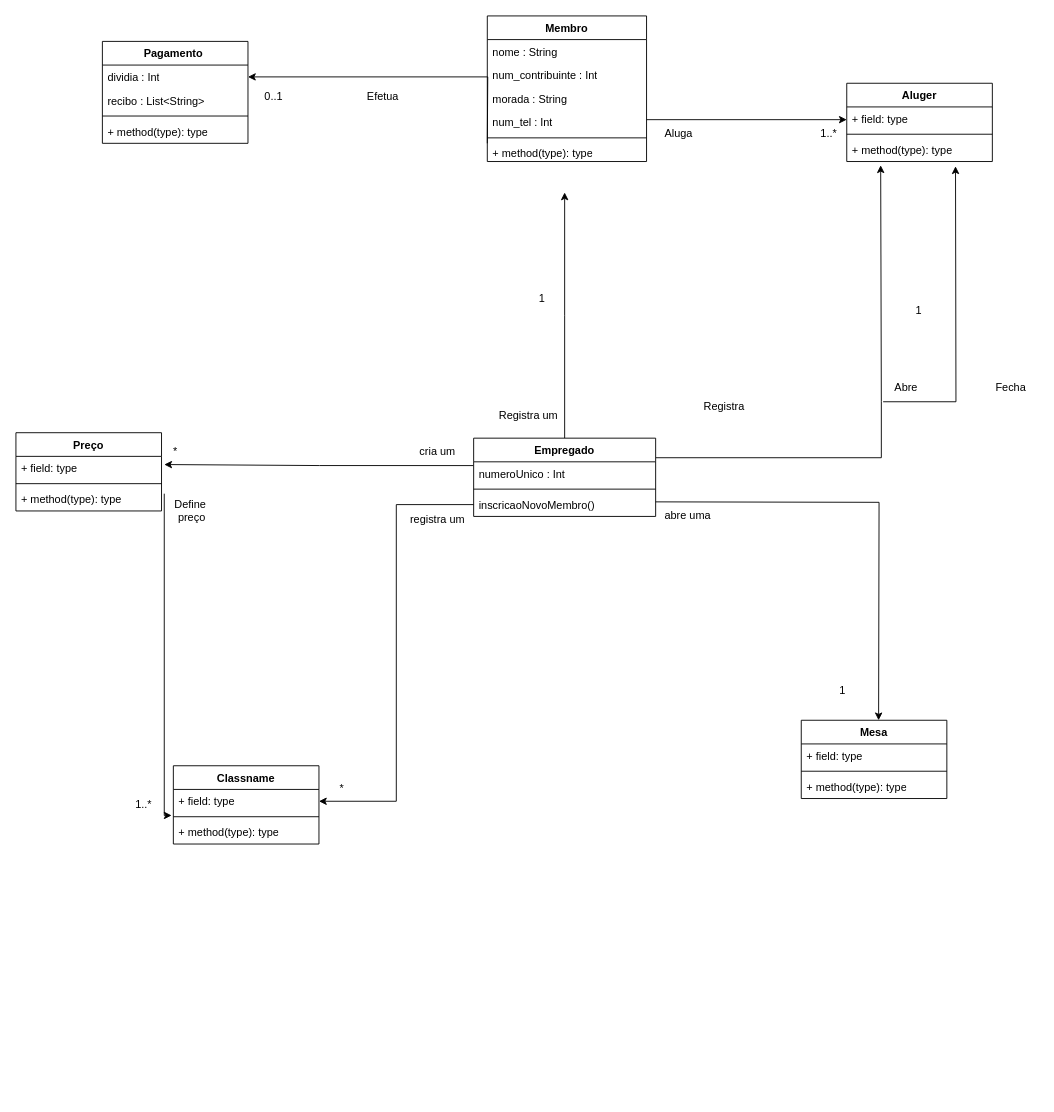
luccamarshall/DCO keeps this draw.io diagram as Diagrama_classes.drawio. Above is the earlier version. Source tidied: cells renumbered, new cells numbered last; positions are measured from the earlier drawing's top-left corner, leaving out a move shared by most shapes. Both pictures are drawn from the tidied source at 91%, with x=0, y=0 at pixel (15, 15).
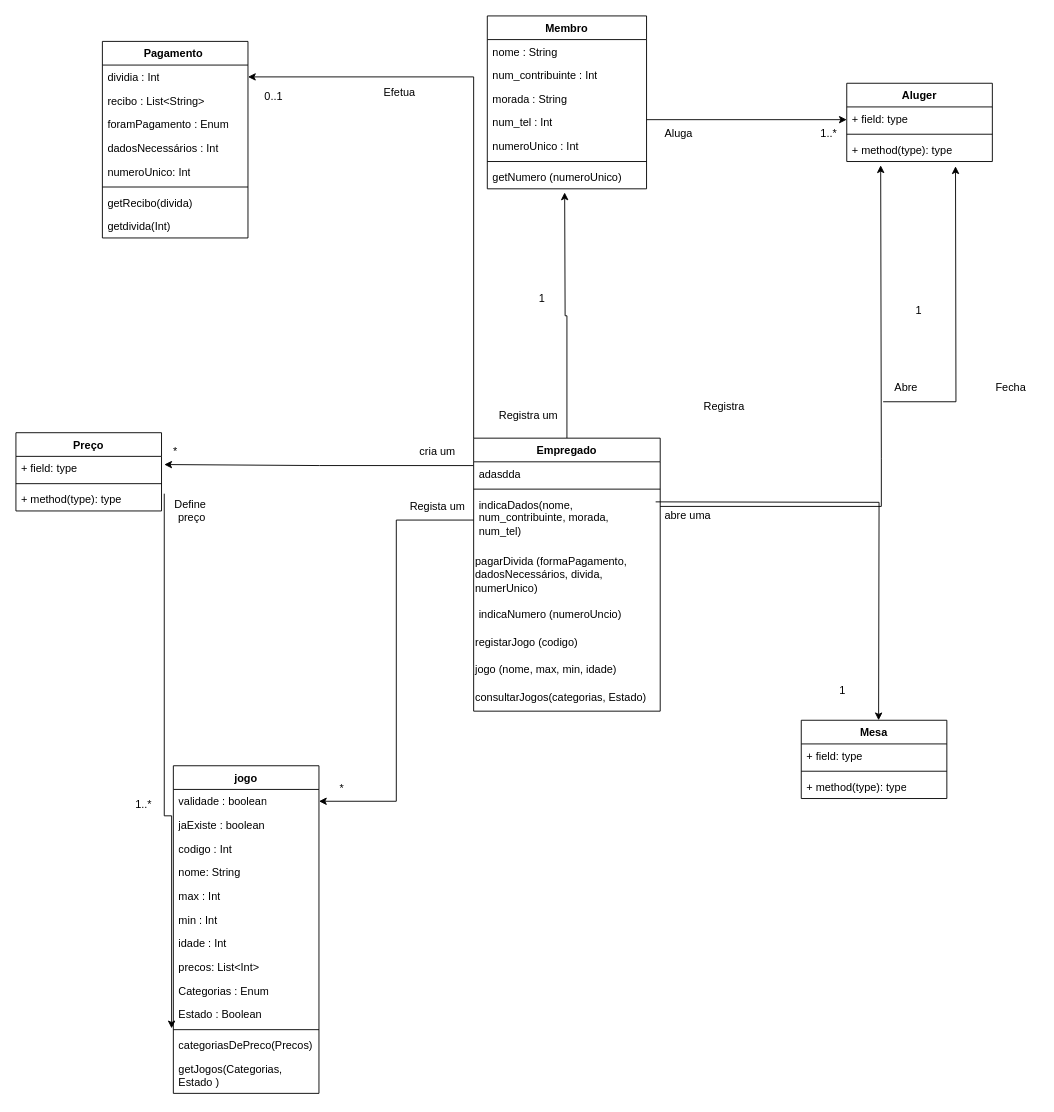
After the change.

Unchanged cells that the change refers to:
```xml
<mxCell id="41" value="dividia : Int" style="text;strokeColor=none;fillColor=none;align=left;verticalAlign=top;spacingLeft=4;spacingRight=4;overflow=hidden;points=[[0,0.5],[1,0.5]];portConstraint=eastwest;whiteSpace=wrap;html=1;" parent="40" vertex="1">
  <mxGeometry y="26" width="160" height="26" as="geometry" />
</mxCell>
```

The edit, as a diff of the source:
```diff
@@
-    <mxCell id="18" style="edgeStyle=orthogonalEdgeStyle;rounded=0;jettySize=auto;html=1;exitX=0;exitY=0.5;exitDx=0;exitDy=0;entryX=1;entryY=0.5;entryDx=0;entryDy=0;" parent="1" edge="1" target="41">
-      <mxGeometry relative="1" as="geometry">
-        <mxPoint x="518" y="140" as="sourcePoint" />
-      </mxGeometry>
+    <mxCell id="18" style="edgeStyle=orthogonalEdgeStyle;rounded=0;jettySize=auto;html=1;entryX=1;entryY=0.5;entryDx=0;entryDy=0;exitX=0;exitY=0;exitDx=0;exitDy=0;" parent="1" edge="1" source="36" target="41">
+      <mxGeometry relative="1" as="geometry" />
     </mxCell>
-    <mxCell id="19" value="Efetua" style="text;html=1;align=center;verticalAlign=middle;strokeColor=none;fillColor=none;" parent="1" vertex="1">
-      <mxGeometry x="373" y="74" width="60" height="30" as="geometry" />
+    <mxCell id="19" value="Efetua&amp;nbsp;" style="text;html=1;align=center;verticalAlign=middle;strokeColor=none;fillColor=none;" parent="1" vertex="1">
+      <mxGeometry x="393" y="69" width="60" height="30" as="geometry" />
     </mxCell>
@@
-    <mxCell id="28" value="registra um" style="text;html=1;align=center;verticalAlign=middle;strokeColor=none;fillColor=none;" parent="1" vertex="1">
-      <mxGeometry x="373" y="539" width="180" height="30" as="geometry" />
-    </mxCell>
     <mxCell id="29" value="Membro" style="swimlane;fontStyle=1;align=center;verticalAlign=top;horizontal=1;startSize=26;whiteSpace=wrap;html=1;" parent="1" vertex="1">
-      <mxGeometry x="518" width="175" height="160" as="geometry" />
+      <mxGeometry x="518" width="175" height="190" as="geometry" />
     </mxCell>
@@
+    <mxCell id="61" value="numeroUnico : Int" style="text;strokeColor=none;fillColor=none;align=left;verticalAlign=top;spacingLeft=4;spacingRight=4;overflow=hidden;whiteSpace=wrap;html=1;" parent="29" vertex="1">
+      <mxGeometry y="130" width="175" height="26" as="geometry" />
+    </mxCell>
     <mxCell id="34" style="line;strokeWidth=1;fillColor=none;align=left;verticalAlign=middle;spacingTop=-1;spacingLeft=3;spacingRight=3;labelPosition=right;strokeColor=inherit;" parent="29" vertex="1">
-      <mxGeometry y="130" width="175" height="8" as="geometry" />
+      <mxGeometry y="156" width="175" height="8" as="geometry" />
     </mxCell>
-    <mxCell id="35" value="+ method(type): type" style="text;strokeColor=none;fillColor=none;align=left;verticalAlign=top;spacingLeft=4;spacingRight=4;overflow=hidden;whiteSpace=wrap;html=1;" parent="29" vertex="1">
-      <mxGeometry y="138" width="175" height="22" as="geometry" />
+    <mxCell id="35" value="getNumero (numeroUnico)" style="text;strokeColor=none;fillColor=none;align=left;verticalAlign=top;spacingLeft=4;spacingRight=4;overflow=hidden;whiteSpace=wrap;html=1;" parent="29" vertex="1">
+      <mxGeometry y="164" width="175" height="26" as="geometry" />
     </mxCell>
     <mxCell id="36" value="Empregado" style="swimlane;fontStyle=1;align=center;verticalAlign=top;horizontal=1;startSize=26;whiteSpace=wrap;html=1;" parent="1" vertex="1">
-      <mxGeometry x="503" y="464" width="200" height="86" as="geometry" />
+      <mxGeometry x="503" y="464" width="205" height="300" as="geometry" />
     </mxCell>
-    <mxCell id="37" value="numeroUnico : Int" style="text;strokeColor=none;fillColor=none;align=left;verticalAlign=top;spacingLeft=4;spacingRight=4;overflow=hidden;points=[[0,0.5],[1,0.5]];portConstraint=eastwest;whiteSpace=wrap;html=1;" parent="36" vertex="1">
-      <mxGeometry y="26" width="200" height="26" as="geometry" />
+    <mxCell id="37" value="adasdda&lt;br&gt;" style="text;strokeColor=none;fillColor=none;align=left;verticalAlign=top;spacingLeft=4;spacingRight=4;overflow=hidden;points=[[0,0.5],[1,0.5]];portConstraint=eastwest;whiteSpace=wrap;html=1;" parent="36" vertex="1">
+      <mxGeometry y="26" width="205" height="26" as="geometry" />
     </mxCell>
     <mxCell id="38" style="line;strokeWidth=1;fillColor=none;align=left;verticalAlign=middle;spacingTop=-1;spacingLeft=3;spacingRight=3;labelPosition=right;strokeColor=inherit;" parent="36" vertex="1">
-      <mxGeometry y="52" width="200" height="8" as="geometry" />
+      <mxGeometry y="52" width="205" height="8" as="geometry" />
     </mxCell>
-    <mxCell id="39" value="inscricaoNovoMembro()" style="text;strokeColor=none;fillColor=none;align=left;verticalAlign=top;spacingLeft=4;spacingRight=4;overflow=hidden;points=[[0,0.5],[1,0.5]];portConstraint=eastwest;whiteSpace=wrap;html=1;" parent="36" vertex="1">
-      <mxGeometry y="60" width="200" height="26" as="geometry" />
+    <mxCell id="39" value="indicaDados(nome,&lt;br style=&quot;text-align: center;&quot;&gt;&lt;span style=&quot;text-align: center;&quot;&gt;num_contribuinte, morada, num_tel)&amp;nbsp;&amp;nbsp;&lt;/span&gt;" style="text;strokeColor=none;fillColor=none;align=left;verticalAlign=top;spacingLeft=4;spacingRight=4;overflow=hidden;points=[[0,0.5],[1,0.5]];portConstraint=eastwest;whiteSpace=wrap;html=1;" parent="36" vertex="1">
+      <mxGeometry y="60" width="205" height="60" as="geometry" />
     </mxCell>
+    <mxCell id="62" value="pagarDivida (formaPagamento, &lt;br&gt;dadosNecessários, divida, &lt;br&gt;numerUnico)" style="text;html=1;align=left;verticalAlign=middle;strokeColor=none;fillColor=none;" parent="36" vertex="1">
+      <mxGeometry y="120" width="205" height="60" as="geometry" />
+    </mxCell>
+    <mxCell id="63" value="indicaNumero (numeroUncio)" style="text;strokeColor=none;fillColor=none;align=left;verticalAlign=top;spacingLeft=4;spacingRight=4;overflow=hidden;whiteSpace=wrap;html=1;" parent="36" vertex="1">
+      <mxGeometry y="180" width="205" height="30" as="geometry" />
+    </mxCell>
+    <mxCell id="64" value="registarJogo (codigo)" style="text;html=1;align=left;verticalAlign=middle;strokeColor=none;fillColor=none;" parent="36" vertex="1">
+      <mxGeometry y="210" width="205" height="30" as="geometry" />
+    </mxCell>
+    <mxCell id="65" value="jogo (nome, max, min, idade)" style="text;html=1;align=left;verticalAlign=middle;strokeColor=none;fillColor=none;" parent="36" vertex="1">
+      <mxGeometry y="240" width="205" height="30" as="geometry" />
+    </mxCell>
+    <mxCell id="66" value="consultarJogos(categorias, Estado)" style="text;html=1;align=left;verticalAlign=middle;strokeColor=none;fillColor=none;" parent="36" vertex="1">
+      <mxGeometry y="270" width="205" height="30" as="geometry" />
+    </mxCell>
     <mxCell id="40" value="Pagamento&amp;nbsp;" style="swimlane;fontStyle=1;align=center;verticalAlign=top;horizontal=1;startSize=26;whiteSpace=wrap;html=1;" parent="1" vertex="1">
-      <mxGeometry x="95" y="28" width="160" height="112" as="geometry" />
+      <mxGeometry x="95" y="28" width="160" height="216" as="geometry" />
     </mxCell>
@@
+    <mxCell id="67" value="foramPagamento : Enum" style="text;strokeColor=none;fillColor=none;align=left;verticalAlign=top;spacingLeft=4;spacingRight=4;overflow=hidden;whiteSpace=wrap;html=1;" parent="40" vertex="1">
+      <mxGeometry y="78" width="160" height="26" as="geometry" />
+    </mxCell>
+    <mxCell id="68" value="dadosNecessários : Int" style="text;strokeColor=none;fillColor=none;align=left;verticalAlign=top;spacingLeft=4;spacingRight=4;overflow=hidden;whiteSpace=wrap;html=1;" parent="40" vertex="1">
+      <mxGeometry y="104" width="160" height="26" as="geometry" />
+    </mxCell>
+    <mxCell id="69" value="numeroUnico: Int" style="text;strokeColor=none;fillColor=none;align=left;verticalAlign=top;spacingLeft=4;spacingRight=4;overflow=hidden;whiteSpace=wrap;html=1;" parent="40" vertex="1">
+      <mxGeometry y="130" width="160" height="26" as="geometry" />
+    </mxCell>
     <mxCell id="43" style="line;strokeWidth=1;fillColor=none;align=left;verticalAlign=middle;spacingTop=-1;spacingLeft=3;spacingRight=3;labelPosition=right;strokeColor=inherit;" parent="40" vertex="1">
-      <mxGeometry y="78" width="160" height="8" as="geometry" />
+      <mxGeometry y="156" width="160" height="8" as="geometry" />
     </mxCell>
-    <mxCell id="44" value="+ method(type): type" style="text;strokeColor=none;fillColor=none;align=left;verticalAlign=top;spacingLeft=4;spacingRight=4;overflow=hidden;whiteSpace=wrap;html=1;" parent="40" vertex="1">
-      <mxGeometry y="86" width="160" height="26" as="geometry" />
+    <mxCell id="44" value="getRecibo(divida)" style="text;strokeColor=none;fillColor=none;align=left;verticalAlign=top;spacingLeft=4;spacingRight=4;overflow=hidden;whiteSpace=wrap;html=1;" parent="40" vertex="1">
+      <mxGeometry y="164" width="160" height="26" as="geometry" />
     </mxCell>
+    <mxCell id="70" value="getdivida(Int)" style="text;strokeColor=none;fillColor=none;align=left;verticalAlign=top;spacingLeft=4;spacingRight=4;overflow=hidden;whiteSpace=wrap;html=1;" parent="40" vertex="1">
+      <mxGeometry y="190" width="160" height="26" as="geometry" />
+    </mxCell>
@@
-    <mxCell id="53" value="Classname" style="swimlane;fontStyle=1;align=center;verticalAlign=top;horizontal=1;startSize=26;whiteSpace=wrap;html=1;" parent="1" vertex="1">
-      <mxGeometry x="173" y="824" width="160" height="86" as="geometry" />
+    <mxCell id="53" value="jogo" style="swimlane;fontStyle=1;align=center;verticalAlign=top;horizontal=1;startSize=26;whiteSpace=wrap;html=1;" parent="1" vertex="1">
+      <mxGeometry x="173" y="824" width="160" height="360" as="geometry" />
     </mxCell>
-    <mxCell id="54" value="+ field: type" style="text;strokeColor=none;fillColor=none;align=left;verticalAlign=top;spacingLeft=4;spacingRight=4;overflow=hidden;points=[[0,0.5],[1,0.5]];portConstraint=eastwest;whiteSpace=wrap;html=1;" parent="53" vertex="1">
+    <mxCell id="54" value="validade : boolean" style="text;strokeColor=none;fillColor=none;align=left;verticalAlign=top;spacingLeft=4;spacingRight=4;overflow=hidden;points=[[0,0.5],[1,0.5]];portConstraint=eastwest;whiteSpace=wrap;html=1;" parent="53" vertex="1">
       <mxGeometry y="26" width="160" height="26" as="geometry" />
     </mxCell>
+    <mxCell id="71" value="jaExiste : boolean" style="text;strokeColor=none;fillColor=none;align=left;verticalAlign=top;spacingLeft=4;spacingRight=4;overflow=hidden;whiteSpace=wrap;html=1;" parent="53" vertex="1">
+      <mxGeometry y="52" width="160" height="26" as="geometry" />
+    </mxCell>
+    <mxCell id="72" value="codigo : Int" style="text;strokeColor=none;fillColor=none;align=left;verticalAlign=top;spacingLeft=4;spacingRight=4;overflow=hidden;whiteSpace=wrap;html=1;" parent="53" vertex="1">
+      <mxGeometry y="78" width="160" height="26" as="geometry" />
+    </mxCell>
+    <mxCell id="73" value="nome: String" style="text;strokeColor=none;fillColor=none;align=left;verticalAlign=top;spacingLeft=4;spacingRight=4;overflow=hidden;whiteSpace=wrap;html=1;" parent="53" vertex="1">
+      <mxGeometry y="104" width="160" height="26" as="geometry" />
+    </mxCell>
+    <mxCell id="74" value="max : Int" style="text;strokeColor=none;fillColor=none;align=left;verticalAlign=top;spacingLeft=4;spacingRight=4;overflow=hidden;whiteSpace=wrap;html=1;" parent="53" vertex="1">
+      <mxGeometry y="130" width="160" height="26" as="geometry" />
+    </mxCell>
+    <mxCell id="75" value="min : Int" style="text;strokeColor=none;fillColor=none;align=left;verticalAlign=top;spacingLeft=4;spacingRight=4;overflow=hidden;whiteSpace=wrap;html=1;" parent="53" vertex="1">
+      <mxGeometry y="156" width="160" height="26" as="geometry" />
+    </mxCell>
+    <mxCell id="76" value="idade : Int" style="text;strokeColor=none;fillColor=none;align=left;verticalAlign=top;spacingLeft=4;spacingRight=4;overflow=hidden;whiteSpace=wrap;html=1;" parent="53" vertex="1">
+      <mxGeometry y="182" width="160" height="26" as="geometry" />
+    </mxCell>
+    <mxCell id="77" value="precos: List&amp;lt;Int&amp;gt;" style="text;strokeColor=none;fillColor=none;align=left;verticalAlign=top;spacingLeft=4;spacingRight=4;overflow=hidden;whiteSpace=wrap;html=1;" parent="53" vertex="1">
+      <mxGeometry y="208" width="160" height="26" as="geometry" />
+    </mxCell>
+    <mxCell id="78" value="Categorias : Enum" style="text;strokeColor=none;fillColor=none;align=left;verticalAlign=top;spacingLeft=4;spacingRight=4;overflow=hidden;whiteSpace=wrap;html=1;" parent="53" vertex="1">
+      <mxGeometry y="234" width="160" height="26" as="geometry" />
+    </mxCell>
+    <mxCell id="79" value="Estado : Boolean" style="text;strokeColor=none;fillColor=none;align=left;verticalAlign=top;spacingLeft=4;spacingRight=4;overflow=hidden;whiteSpace=wrap;html=1;" parent="53" vertex="1">
+      <mxGeometry y="260" width="160" height="26" as="geometry" />
+    </mxCell>
     <mxCell id="55" style="line;strokeWidth=1;fillColor=none;align=left;verticalAlign=middle;spacingTop=-1;spacingLeft=3;spacingRight=3;labelPosition=right;strokeColor=inherit;" parent="53" vertex="1">
-      <mxGeometry y="52" width="160" height="8" as="geometry" />
+      <mxGeometry y="286" width="160" height="8" as="geometry" />
     </mxCell>
-    <mxCell id="56" value="+ method(type): type" style="text;strokeColor=none;fillColor=none;align=left;verticalAlign=top;spacingLeft=4;spacingRight=4;overflow=hidden;points=[[0,0.5],[1,0.5]];portConstraint=eastwest;whiteSpace=wrap;html=1;" parent="53" vertex="1">
-      <mxGeometry y="60" width="160" height="26" as="geometry" />
+    <mxCell id="56" value="categoriasDePreco(Precos)&amp;nbsp;" style="text;strokeColor=none;fillColor=none;align=left;verticalAlign=top;spacingLeft=4;spacingRight=4;overflow=hidden;points=[[0,0.5],[1,0.5]];portConstraint=eastwest;whiteSpace=wrap;html=1;" parent="53" vertex="1">
+      <mxGeometry y="294" width="160" height="26" as="geometry" />
     </mxCell>
+    <mxCell id="80" value="getJogos(Categorias, Estado )" style="text;strokeColor=none;fillColor=none;align=left;verticalAlign=top;spacingLeft=4;spacingRight=4;overflow=hidden;whiteSpace=wrap;html=1;" parent="53" vertex="1">
+      <mxGeometry y="320" width="160" height="40" as="geometry" />
+    </mxCell>
@@
+    <mxCell id="81" value="Regista um" style="text;html=1;align=center;verticalAlign=middle;strokeColor=none;fillColor=none;" parent="1" vertex="1">
+      <mxGeometry x="423" y="524" width="80" height="30" as="geometry" />
+    </mxCell>
```
